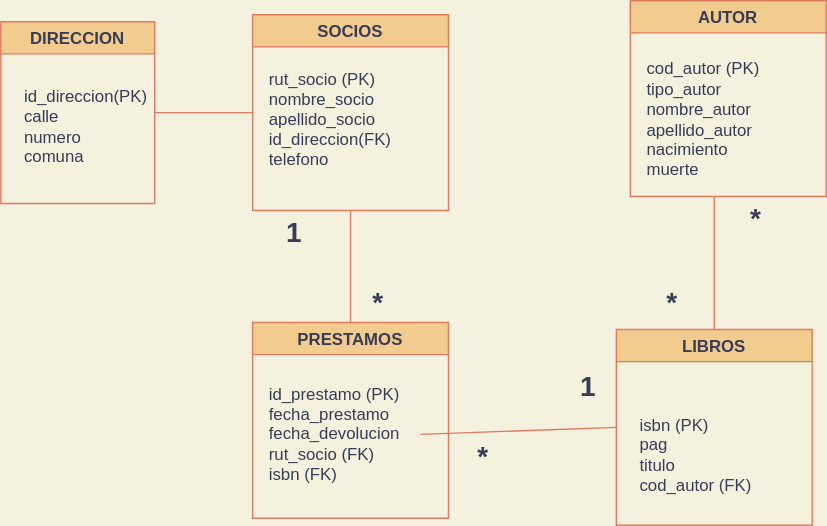
Earlier version of the draw.io export Modelo_Logico_02.svg (latiscool/BD_Bilbioteca_LTG). Source tidied: cells renumbered, new cells last; positions are measured from the earlier drawing's top-left corner, leaving out a move shared by most shapes.
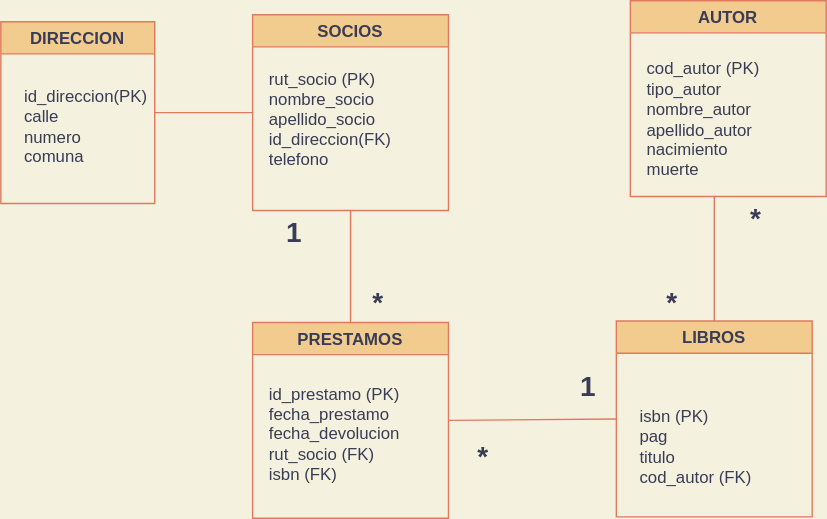
After the commit.

The edit, as a diff of the source:
```diff
@@ -15,7 +15,7 @@
       <mxGeometry x="10" y="30" width="110" height="100" as="geometry" />
     </mxCell>
     <mxCell id="6" value="LIBROS" style="swimlane;startSize=23;fillColor=#F2CC8F;strokeColor=#E07A5F;fontColor=#393C56;" parent="1" vertex="1">
-      <mxGeometry x="440" y="235" width="140" height="140" as="geometry" />
+      <mxGeometry x="440" y="229" width="140" height="140" as="geometry" />
     </mxCell>
     <mxCell id="7" value="&lt;div&gt;&lt;span&gt;isbn (PK)&lt;/span&gt;&lt;/div&gt;&lt;div&gt;&lt;span&gt;pag&lt;/span&gt;&lt;/div&gt;&lt;div&gt;&lt;span&gt;titulo&lt;/span&gt;&lt;/div&gt;&lt;div&gt;&lt;span&gt;cod_autor (FK)&lt;/span&gt;&lt;/div&gt;" style="text;html=1;strokeColor=none;fillColor=none;align=left;verticalAlign=middle;whiteSpace=wrap;rounded=0;sketch=0;fontColor=#393C56;" parent="6" vertex="1">
       <mxGeometry x="15" y="40" width="110" height="100" as="geometry" />
@@ -59,7 +59,7 @@
     <mxCell id="20" style="endArrow=none;html=1;rounded=1;sketch=0;fontColor=#393C56;strokeColor=#E07A5F;fillColor=#F2CC8F;curved=0;entryX=0;entryY=0;entryDx=0;entryDy=0;labelBackgroundColor=#F4F1DE;exitX=0.5;exitY=0;exitDx=0;exitDy=0;" parent="1" edge="1" source="6" target="18">
       <mxGeometry relative="1" as="geometry" />
     </mxCell>
-    <mxCell id="21" style="endArrow=none;html=1;rounded=1;sketch=0;fontColor=#393C56;strokeColor=#E07A5F;fillColor=#F2CC8F;curved=0;entryX=0;entryY=0.5;entryDx=0;entryDy=0;labelBackgroundColor=#F4F1DE;exitX=1;exitY=0.5;exitDx=0;exitDy=0;" parent="1" edge="1" source="5" target="6">
+    <mxCell id="21" style="endArrow=none;html=1;rounded=1;sketch=0;fontColor=#393C56;strokeColor=#E07A5F;fillColor=#F2CC8F;curved=0;entryX=0;entryY=0.5;entryDx=0;entryDy=0;labelBackgroundColor=#F4F1DE;exitX=1;exitY=0.5;exitDx=0;exitDy=0;" parent="1" edge="1" source="4" target="6">
       <mxGeometry relative="1" as="geometry" />
     </mxCell>
   </root>
```
